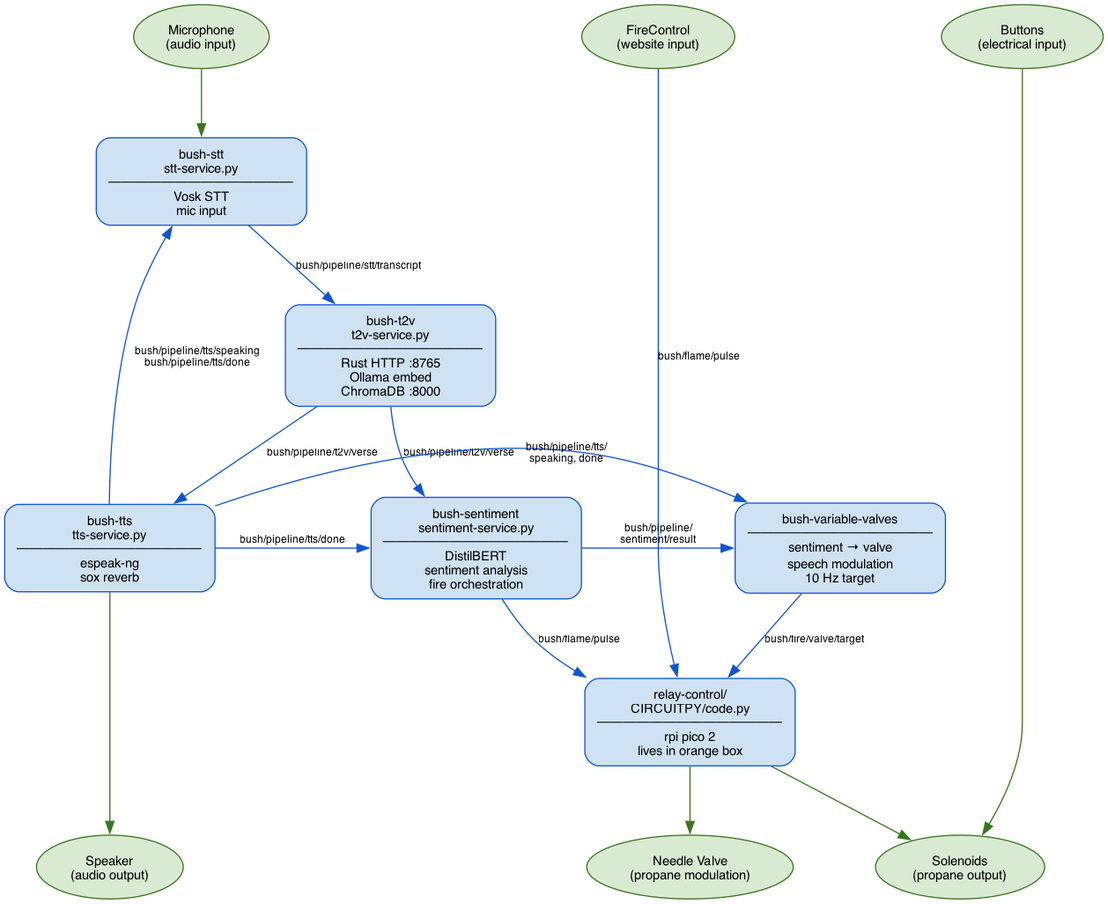
Before: docs/mqtt-architecture.png, a diagram exported from Graphviz (FlamingBush/bushglue). Its source is kept beside it as docs/mqtt-architecture.dot.
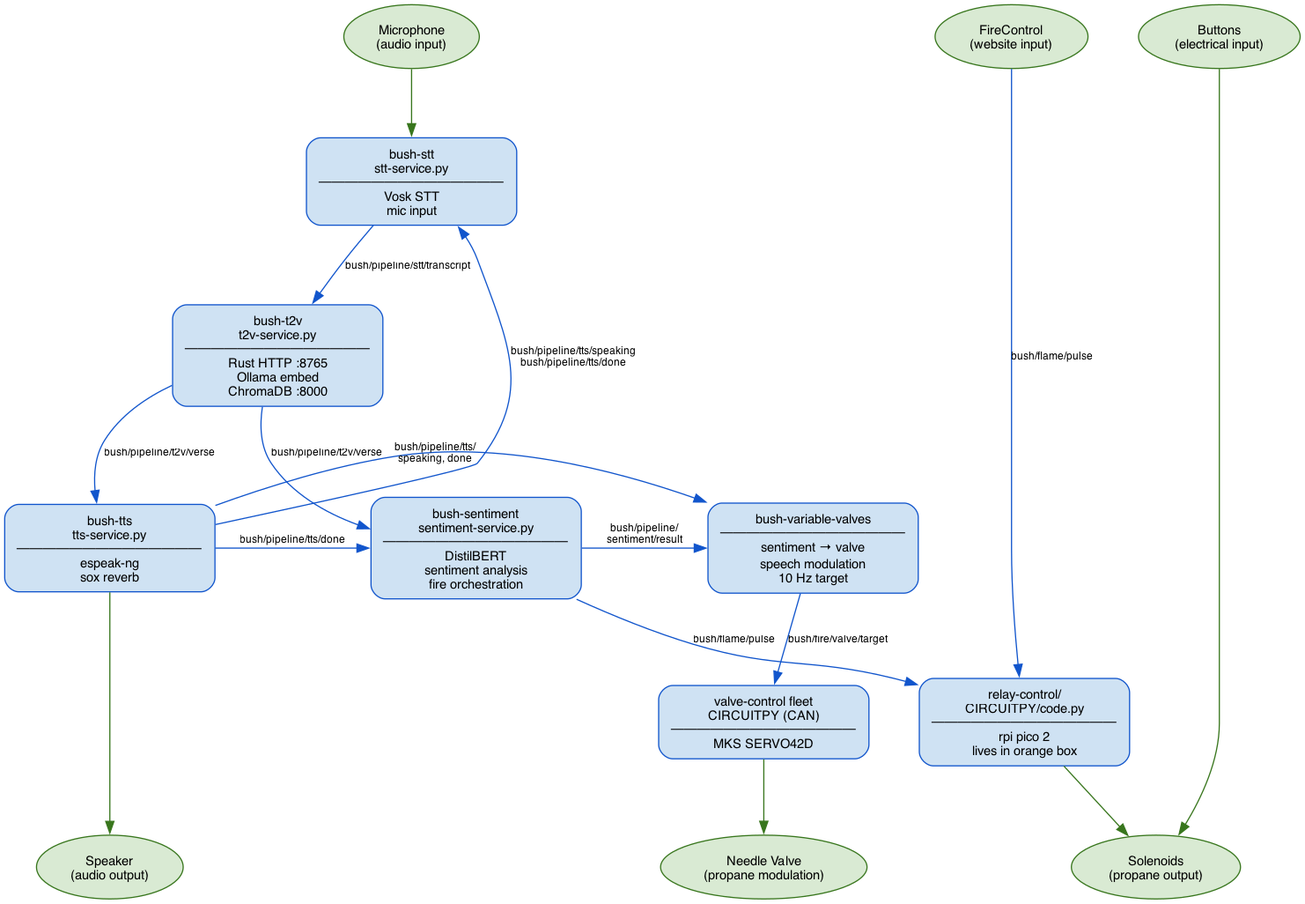
After the change.

Commit message:
firmware(relay-control): strip dead MKS 42C valve driver, add bush/flame status beacon

Diff of the diagram source:
```diff
@@ -34,6 +34,7 @@
     TTS [label="bush-tts\ntts-service.py\n──────────────\nespeak-ng\nsox reverb" fillcolor="#cfe2f3" color="#1155cc"]
     SENTIMENT [label="bush-sentiment\nsentiment-service.py\n──────────────\nDistilBERT\nsentiment analysis\nfire orchestration" fillcolor="#cfe2f3" color="#1155cc"]
     RELAYS [label="relay-control/\nCIRCUITPY/code.py\n──────────────\nrpi pico 2\nlives in orange box" fillcolor="#cfe2f3" color="#1155cc"]
+    VALVES [label="valve-control fleet\nCIRCUITPY (CAN)\n──────────────\nMKS SERVO42D" fillcolor="#cfe2f3" color="#1155cc"]
     FLAME_EXPR [label="bush-variable-valves\n──────────────\nsentiment → valve\nspeech modulation\n10 Hz target" fillcolor="#cfe2f3" color="#1155cc"]
     NEEDLE_VALVE [label="Needle Valve\n(propane modulation)" shape=ellipse fillcolor="#d9ead3" color="#38761d"]
 
@@ -58,6 +59,6 @@
 
     SENTIMENT -> FLAME_EXPR [label="bush/pipeline/\nsentiment/result" color="#1155cc"]
     TTS -> FLAME_EXPR [label="bush/pipeline/tts/\nspeaking, done" color="#1155cc"]
-    FLAME_EXPR -> RELAYS [label="bush/fire/valve/target" color="#1155cc"]
-    RELAYS -> NEEDLE_VALVE [color="#38761d"]
+    FLAME_EXPR -> VALVES [label="bush/fire/valve/target" color="#1155cc"]
+    VALVES -> NEEDLE_VALVE [color="#38761d"]
 }
```
